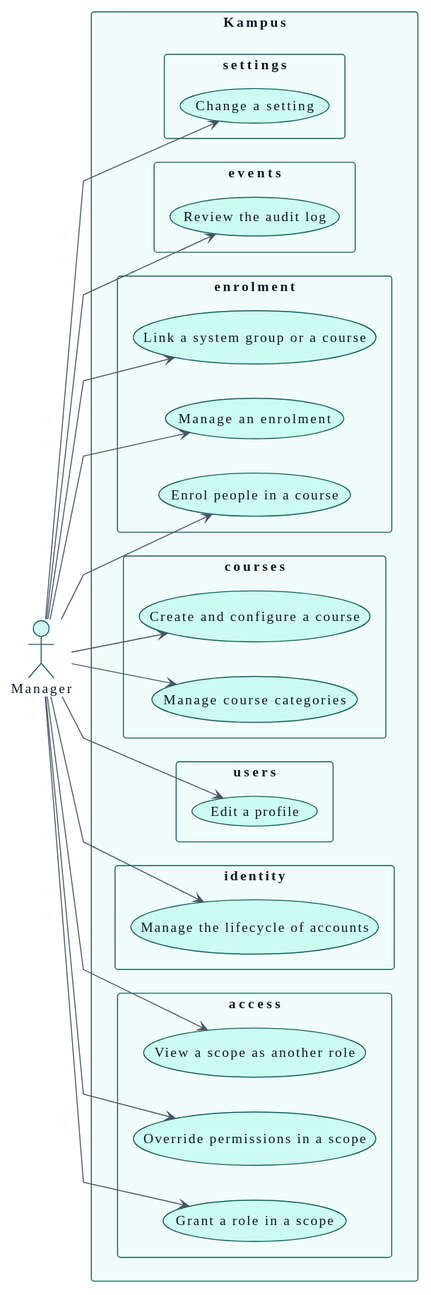
Earlier version of the PlantUML export docs/01-requirements/use-cases-manager.svg (didactika/kampus).
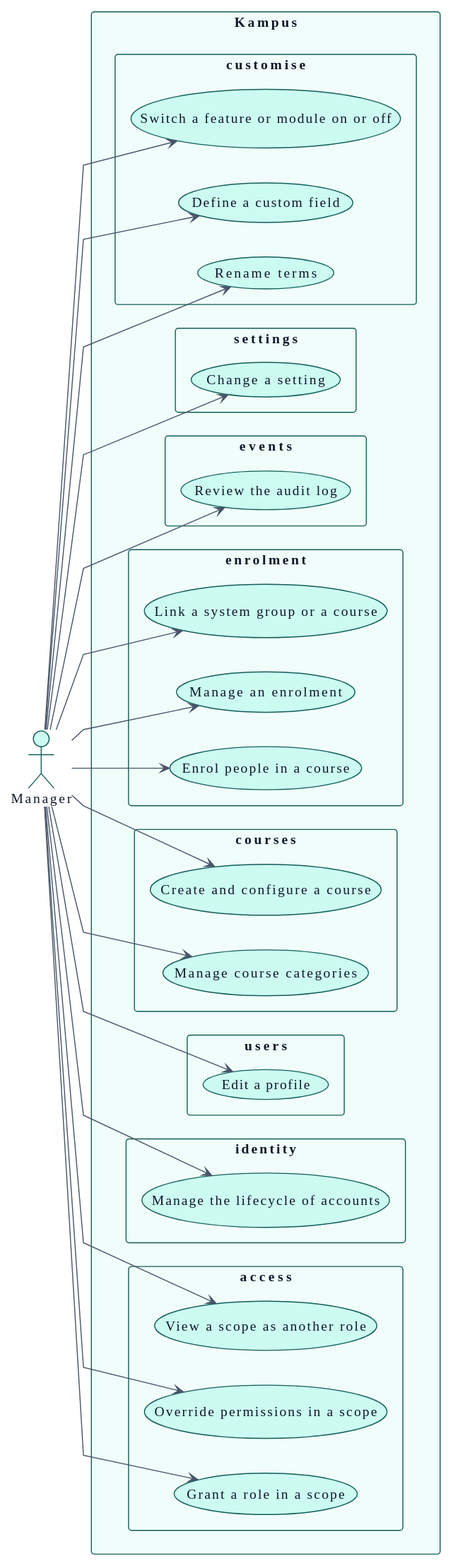
Later version of the same file.

The edit, as a diff of the source:
```diff
@@ -135,6 +135,11 @@
   package "settings" {
     usecase "Change a setting" as UC_changeSetting
   }
+  package "customise" {
+    usecase "Rename terms" as UC_renameTerms
+    usecase "Define a custom field" as UC_defineCustomField
+    usecase "Switch a feature or module on or off" as UC_switchFeature
+  }
 }
 
 A_Manager --> UC_grantRole
@@ -149,4 +154,7 @@
 A_Manager --> UC_linkEnrolmentSource
 A_Manager --> UC_reviewAuditLog
 A_Manager --> UC_changeSetting
+A_Manager --> UC_renameTerms
+A_Manager --> UC_defineCustomField
+A_Manager --> UC_switchFeature
 @enduml
```
